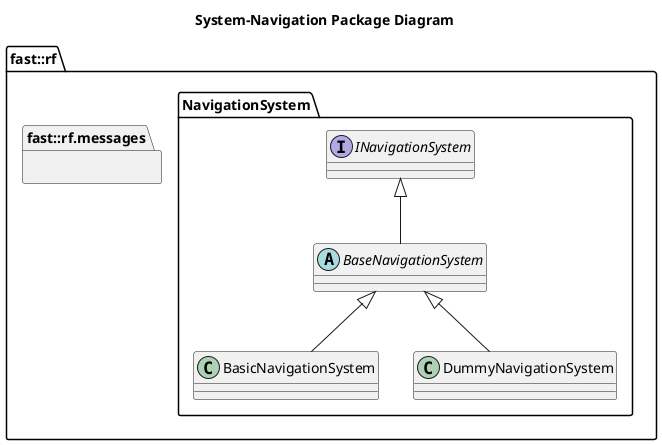
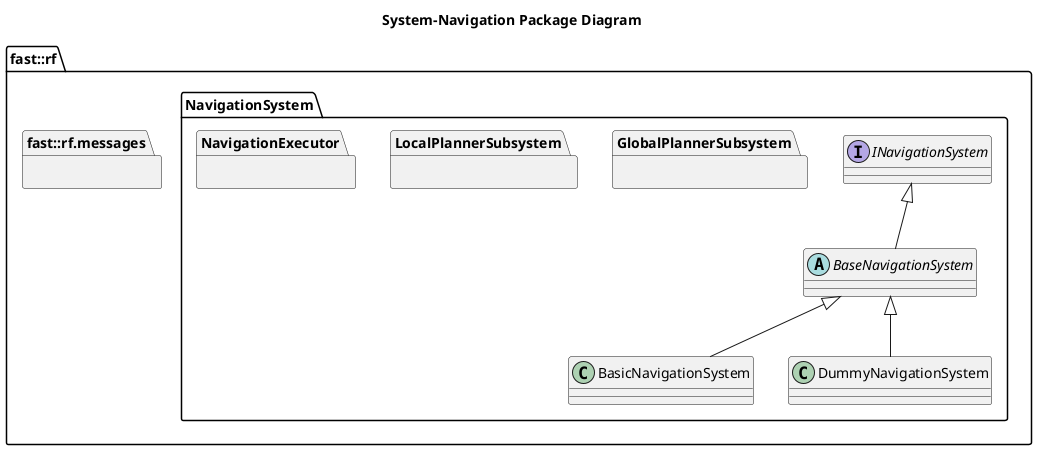
@startuml
title System-Navigation Package Diagram

namespace fast::rf {
  namespace messages  {}
  namespace NavigationSystem {
    interface INavigationSystem {
    }
    abstract BaseNavigationSystem {
    }
    INavigationSystem <|-- BaseNavigationSystem
    class BasicNavigationSystem {

    }
    BaseNavigationSystem <|-- BasicNavigationSystem
    class DummyNavigationSystem  {
    }
    BaseNavigationSystem <|-- DummyNavigationSystem
+     package GlobalPlannerSubsystem {
+ 
+     }
+     package LocalPlannerSubsystem {
+ 
+     }
+     package NavigationExecutor {
+ 
+     }
  }
}
@enduml